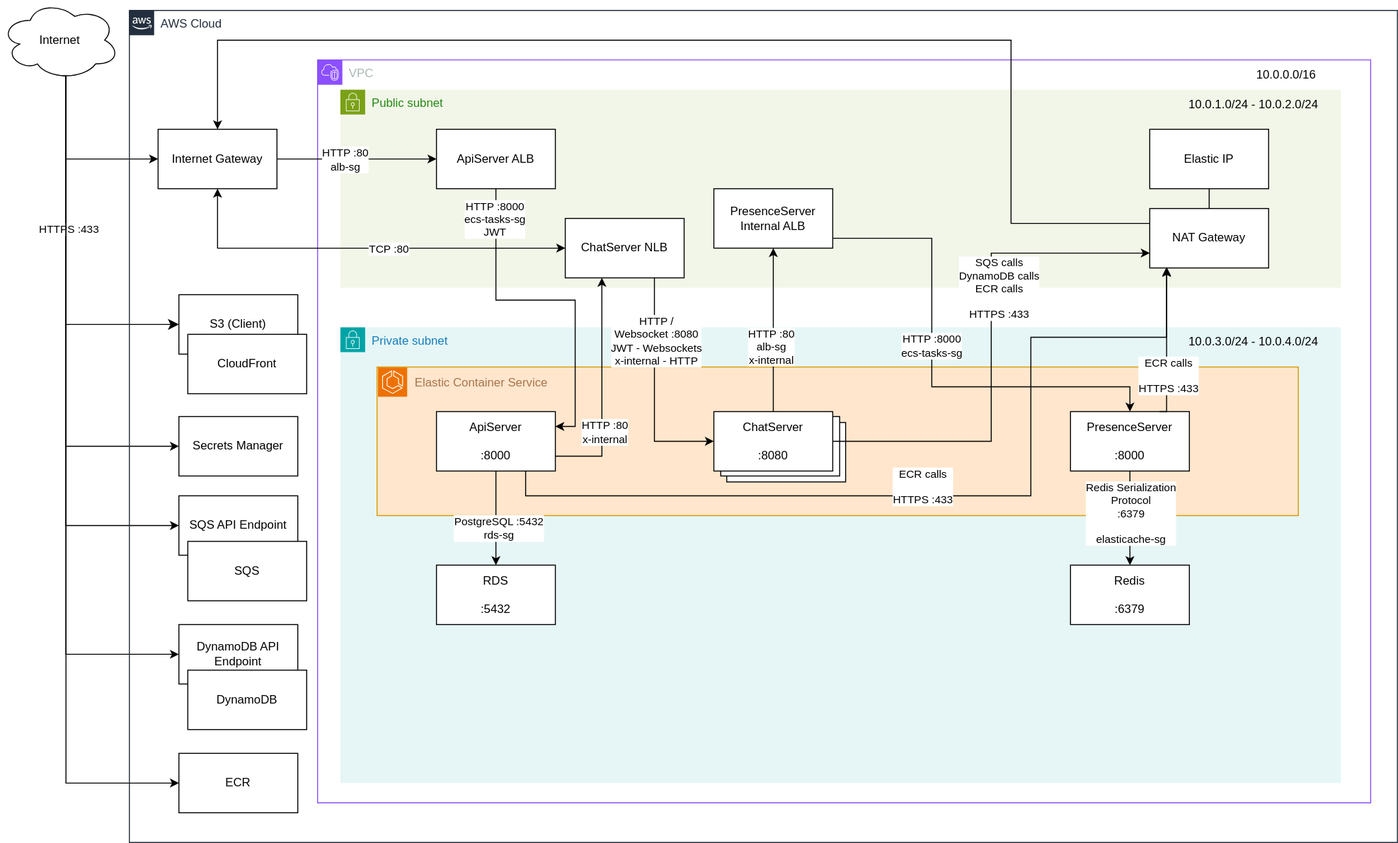
Above: diagram.svg in cmichaelsd/ChatSystem (draw.io), before the change. Source tidied: cells renumbered, new cells last; positions are measured from the earlier drawing's top-left corner, leaving out a move shared by most shapes.
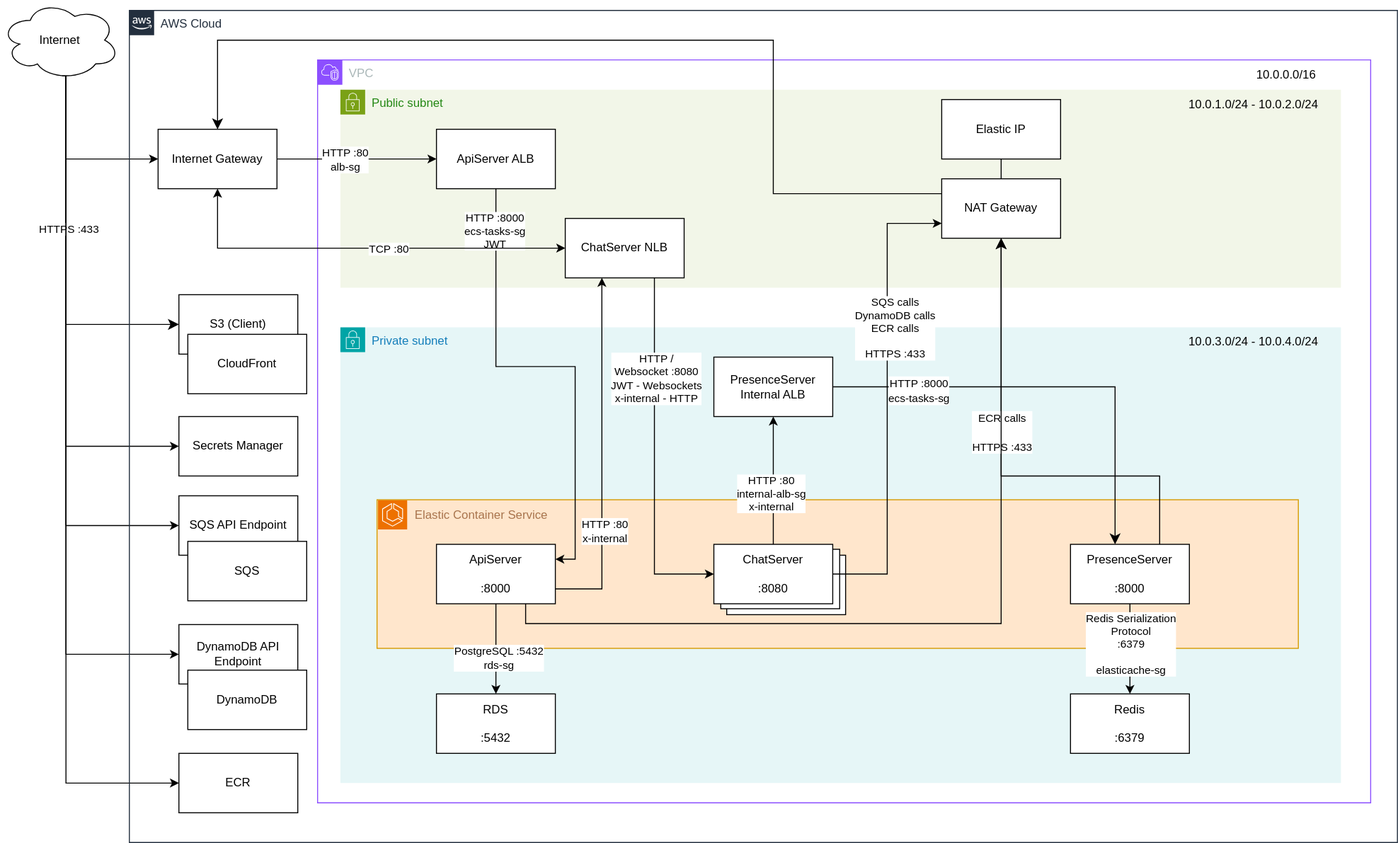
The same file after the commit.

What changed in the source:
```diff
@@ -67,16 +67,16 @@
       <mxGeometry x="190" y="50" width="1063" height="750" as="geometry" />
     </mxCell>
     <mxCell id="14" value="NAT Gateway" style="rounded=0;whiteSpace=wrap;html=1;" parent="13" vertex="1">
-      <mxGeometry x="840" y="150" width="120" height="60" as="geometry" />
+      <mxGeometry x="630" y="120" width="120" height="60" as="geometry" />
     </mxCell>
     <mxCell id="15" value="Elastic IP" style="rounded=0;whiteSpace=wrap;html=1;" parent="13" vertex="1">
-      <mxGeometry x="840" y="70" width="120" height="60" as="geometry" />
+      <mxGeometry x="630" y="40" width="120" height="60" as="geometry" />
     </mxCell>
     <mxCell id="16" style="endArrow=none;html=1;rounded=0;entryX=0.5;entryY=1;entryDx=0;entryDy=0;exitX=0.5;exitY=0;exitDx=0;exitDy=0;" parent="13" edge="1" source="14" target="15">
       <mxGeometry relative="1" as="geometry" />
     </mxCell>
     <mxCell id="17" style="group;" parent="13" vertex="1">
-      <mxGeometry x="60" y="310" width="930" height="200" as="geometry" />
+      <mxGeometry x="60" y="444" width="930" height="200" as="geometry" />
     </mxCell>
     <mxCell id="18" style="rounded=0;whiteSpace=wrap;html=1;fillColor=#ffe6cc;strokeColor=#d79b00;" parent="17" vertex="1">
       <mxGeometry width="930" height="150" as="geometry" />
@@ -99,28 +99,24 @@
     <mxCell id="24" value="PresenceServer&lt;br&gt;&lt;br&gt;:8000" style="rounded=0;whiteSpace=wrap;html=1;" parent="17" vertex="1">
       <mxGeometry x="700" y="45" width="120" height="60" as="geometry" />
     </mxCell>
+    <mxCell id="68" style="edgeStyle=orthogonalEdgeStyle;rounded=0;jettySize=auto;html=1;exitX=0.75;exitY=1;exitDx=0;exitDy=0;fontSize=12;startSize=8;endSize=8;" parent="17" edge="1" source="25">
+      <mxGeometry relative="1" as="geometry">
+        <mxPoint x="630" y="-264" as="targetPoint" />
+      </mxGeometry>
+    </mxCell>
+    <mxCell id="69" value="&lt;span style=&quot;font-size: 11px;&quot;&gt;ECR calls&lt;/span&gt;&lt;br style=&quot;font-size: 11px;&quot;&gt;&lt;br style=&quot;font-size: 11px;&quot;&gt;&lt;span style=&quot;font-size: 11px;&quot;&gt;HTTPS :433&lt;/span&gt;" style="edgeLabel;html=1;align=center;verticalAlign=middle;fontSize=12;" parent="68" vertex="1">
+      <mxGeometry x="0.49" y="2" relative="1" as="geometry">
+        <mxPoint x="2" y="-30" as="offset" />
+      </mxGeometry>
+    </mxCell>
     <mxCell id="25" value="ApiServer&lt;br&gt;&lt;br&gt;:8000" style="rounded=0;whiteSpace=wrap;html=1;" parent="17" vertex="1">
       <mxGeometry x="60" y="45" width="120" height="60" as="geometry" />
     </mxCell>
     <mxCell id="26" value="RDS&lt;br&gt;&lt;div&gt;&lt;br&gt;&lt;/div&gt;&lt;div&gt;:5432&lt;/div&gt;" style="rounded=0;whiteSpace=wrap;html=1;" parent="13" vertex="1">
-      <mxGeometry x="120" y="510" width="120" height="60" as="geometry" />
+      <mxGeometry x="120" y="640" width="120" height="60" as="geometry" />
     </mxCell>
-    <mxCell id="27" style="edgeStyle=orthogonalEdgeStyle;rounded=0;jettySize=auto;html=1;exitX=1;exitY=0.5;exitDx=0;exitDy=0;entryX=0.5;entryY=0;entryDx=0;entryDy=0;" parent="13" edge="1" source="29" target="24">
-      <mxGeometry relative="1" as="geometry">
-        <Array as="points">
-          <mxPoint x="510" y="160" />
-          <mxPoint x="510" y="180" />
-          <mxPoint x="620" y="180" />
-          <mxPoint x="620" y="330" />
-          <mxPoint x="820" y="330" />
-        </Array>
-      </mxGeometry>
-    </mxCell>
-    <mxCell id="28" value="HTTP :8000&lt;br&gt;ecs-tasks-sg" style="edgeLabel;html=1;align=center;verticalAlign=middle;" parent="27" vertex="1">
-      <mxGeometry x="-0.04" y="-1" relative="1" as="geometry" />
-    </mxCell>
     <mxCell id="29" value="PresenceServer Internal ALB" style="rounded=0;whiteSpace=wrap;html=1;" parent="13" vertex="1">
-      <mxGeometry x="400" y="130" width="120" height="60" as="geometry" />
+      <mxGeometry x="400" y="300" width="120" height="60" as="geometry" />
     </mxCell>
     <mxCell id="30" style="edgeStyle=orthogonalEdgeStyle;rounded=0;jettySize=auto;html=1;exitX=0.75;exitY=1;exitDx=0;exitDy=0;entryX=0;entryY=0.5;entryDx=0;entryDy=0;" parent="13" edge="1" source="32" target="23">
       <mxGeometry relative="1" as="geometry" />
@@ -141,7 +137,7 @@
       <mxGeometry x="120" y="70" width="120" height="60" as="geometry" />
     </mxCell>
     <mxCell id="36" value="Redis&lt;br&gt;&lt;br&gt;:6379" style="rounded=0;whiteSpace=wrap;html=1;" parent="13" vertex="1">
-      <mxGeometry x="760" y="510" width="120" height="60" as="geometry" />
+      <mxGeometry x="760" y="640" width="120" height="60" as="geometry" />
     </mxCell>
     <mxCell id="37" style="edgeStyle=orthogonalEdgeStyle;rounded=0;jettySize=auto;html=1;exitX=0.5;exitY=1;exitDx=0;exitDy=0;" parent="13" edge="1" source="24" target="36">
       <mxGeometry relative="1" as="geometry" />
@@ -160,7 +156,7 @@
     <mxCell id="41" style="edgeStyle=orthogonalEdgeStyle;rounded=0;jettySize=auto;html=1;exitX=0.5;exitY=0;exitDx=0;exitDy=0;entryX=0.5;entryY=1;entryDx=0;entryDy=0;" parent="13" edge="1" source="23" target="29">
       <mxGeometry relative="1" as="geometry" />
     </mxCell>
-    <mxCell id="42" value="HTTP :80&lt;br&gt;alb-sg&lt;br&gt;x-internal" style="edgeLabel;html=1;align=center;verticalAlign=middle;" parent="41" vertex="1">
+    <mxCell id="42" value="HTTP :80&lt;br&gt;internal-alb-sg&lt;br&gt;x-internal" style="edgeLabel;html=1;align=center;verticalAlign=middle;" parent="41" vertex="1">
       <mxGeometry x="-0.24" y="3" relative="1" as="geometry">
         <mxPoint y="-3" as="offset" />
       </mxGeometry>
@@ -178,7 +174,7 @@
     </mxCell>
     <mxCell id="46" value="SQS calls&lt;br&gt;DynamoDB calls&lt;br&gt;ECR calls&lt;br&gt;&lt;br&gt;HTTPS :433" style="edgeLabel;html=1;align=center;verticalAlign=middle;" parent="45" vertex="1">
       <mxGeometry x="0.18" y="1" relative="1" as="geometry">
-        <mxPoint x="8" y="-13" as="offset" />
+        <mxPoint x="8" y="-29" as="offset" />
       </mxGeometry>
     </mxCell>
     <mxCell id="47" value="10.0.1.0/24 - 10.0.2.0/24" style="text;html=1;whiteSpace=wrap;strokeColor=none;fillColor=none;align=center;verticalAlign=middle;rounded=0;" parent="13" vertex="1">
@@ -190,31 +186,20 @@
     <mxCell id="49" value="10.0.0.0/16" style="text;html=1;whiteSpace=wrap;strokeColor=none;fillColor=none;align=center;verticalAlign=middle;rounded=0;" parent="13" vertex="1">
       <mxGeometry x="893" width="170" height="30" as="geometry" />
     </mxCell>
-    <mxCell id="50" style="edgeStyle=orthogonalEdgeStyle;rounded=0;jettySize=auto;html=1;exitX=0.75;exitY=1;exitDx=0;exitDy=0;entryX=0.142;entryY=0.983;entryDx=0;entryDy=0;entryPerimeter=0;curved=0;" parent="13" edge="1" source="25" target="14">
-      <mxGeometry relative="1" as="geometry">
-        <Array as="points">
-          <mxPoint x="210" y="440" />
-          <mxPoint x="720" y="440" />
-          <mxPoint x="720" y="280" />
-          <mxPoint x="857" y="280" />
-        </Array>
-      </mxGeometry>
-    </mxCell>
+    <mxCell id="27" style="edgeStyle=orthogonalEdgeStyle;rounded=0;jettySize=auto;html=1;exitX=1;exitY=0.5;exitDx=0;exitDy=0;entryX=0.375;entryY=0;entryDx=0;entryDy=0;entryPerimeter=0;fontSize=12;startSize=8;endSize=8;" parent="13" edge="1" source="29" target="24">
+      <mxGeometry relative="1" as="geometry" />
+    </mxCell>
+    <mxCell id="28" value="&lt;span style=&quot;font-size: 11px;&quot;&gt;HTTP :8000&lt;/span&gt;&lt;br style=&quot;font-size: 11px;&quot;&gt;&lt;span style=&quot;font-size: 11px;&quot;&gt;ecs-tasks-sg&lt;/span&gt;" style="edgeLabel;html=1;align=center;verticalAlign=middle;fontSize=12;" parent="27" vertex="1">
+      <mxGeometry x="-0.61" y="-3" relative="1" as="geometry" />
+    </mxCell>
-    <mxCell id="51" style="edgeStyle=orthogonalEdgeStyle;rounded=0;jettySize=auto;html=1;exitX=0.75;exitY=0;exitDx=0;exitDy=0;entryX=0.142;entryY=1;entryDx=0;entryDy=0;entryPerimeter=0;" parent="13" edge="1" source="24" target="14">
+    <mxCell id="51" style="edgeStyle=orthogonalEdgeStyle;rounded=0;jettySize=auto;html=1;exitX=0.75;exitY=0;exitDx=0;exitDy=0;entryX=0.5;entryY=1;entryDx=0;entryDy=0;fontSize=12;startSize=8;endSize=8;" parent="13" edge="1" source="24" target="14">
       <mxGeometry relative="1" as="geometry">
         <Array as="points">
-          <mxPoint x="857" y="355" />
+          <mxPoint x="850" y="420" />
+          <mxPoint x="690" y="420" />
         </Array>
       </mxGeometry>
     </mxCell>
-    <mxCell id="52" value="ECR calls&lt;br&gt;&lt;br&gt;HTTPS :433" style="edgeLabel;html=1;align=center;verticalAlign=middle;" parent="51" vertex="1">
-      <mxGeometry x="0.49" relative="1" as="geometry">
-        <mxPoint x="-247" y="181" as="offset" />
-      </mxGeometry>
-    </mxCell>
-    <mxCell id="53" value="ECR calls&lt;br&gt;&lt;br&gt;HTTPS :433" style="edgeLabel;html=1;align=center;verticalAlign=middle;" parent="51" vertex="1">
-      <mxGeometry x="-0.42" y="-1" relative="1" as="geometry" />
-    </mxCell>
     <mxCell id="54" style="edgeStyle=orthogonalEdgeStyle;rounded=0;jettySize=auto;html=1;exitX=1;exitY=0.5;exitDx=0;exitDy=0;" parent="10" edge="1" source="58" target="35">
       <mxGeometry relative="1" as="geometry" />
     </mxCell>
@@ -254,11 +239,11 @@
     <mxCell id="66" value="CloudFront" style="rounded=0;whiteSpace=wrap;html=1;" parent="10" vertex="1">
       <mxGeometry x="59" y="327" width="120" height="60" as="geometry" />
     </mxCell>
-    <mxCell id="67" style="edgeStyle=orthogonalEdgeStyle;rounded=0;jettySize=auto;html=1;exitX=0;exitY=0.25;exitDx=0;exitDy=0;entryX=0.5;entryY=0;entryDx=0;entryDy=0;" parent="10" edge="1" source="14" target="58">
+    <mxCell id="67" style="edgeStyle=orthogonalEdgeStyle;rounded=0;jettySize=auto;html=1;exitX=0;exitY=0.25;exitDx=0;exitDy=0;entryX=0.5;entryY=0;entryDx=0;entryDy=0;fontSize=12;startSize=8;endSize=8;" parent="10" edge="1" source="14" target="58">
       <mxGeometry relative="1" as="geometry">
         <Array as="points">
-          <mxPoint x="890" y="215" />
-          <mxPoint x="890" y="30" />
+          <mxPoint x="650" y="185" />
+          <mxPoint x="650" y="30" />
           <mxPoint x="89" y="30" />
         </Array>
       </mxGeometry>
```
